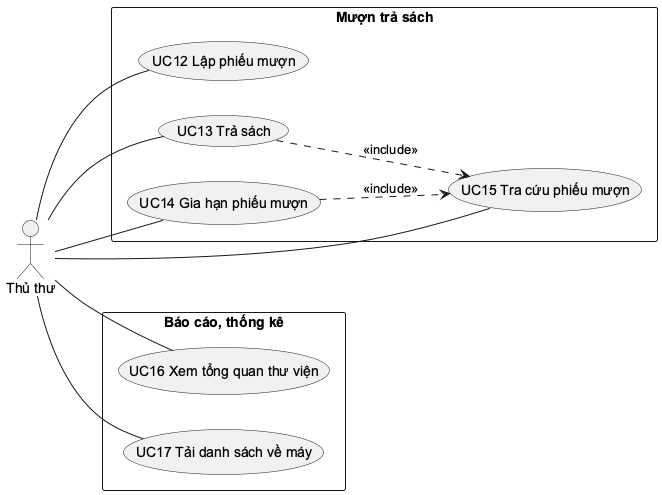
Before: docs/uml/01b_uc_muon_tra.png, a diagram exported from PlantUML (khoiln218/ThuVienMini). Source of this version:
```plantuml
@startuml
skinparam defaultFontName Arial
skinparam shadowing false
skinparam packageStyle rectangle
left to right direction
actor "Thủ thư" as T
rectangle "Mượn trả sách" {
  usecase "UC12 Lập phiếu mượn" as UC12
  usecase "UC13 Trả sách" as UC13
  usecase "UC14 Gia hạn phiếu mượn" as UC14
  usecase "UC15 Tra cứu phiếu mượn" as UC15
}
rectangle "Báo cáo, thống kê" {
  usecase "UC16 Xem tổng quan thư viện" as UC16
  usecase "UC17 Tải danh sách về máy" as UC17
}
T -- UC12
T -- UC13
T -- UC14
T -- UC15
T -- UC16
T -- UC17
UC13 ..> UC15 : <<include>>
UC14 ..> UC15 : <<include>>
@enduml
```
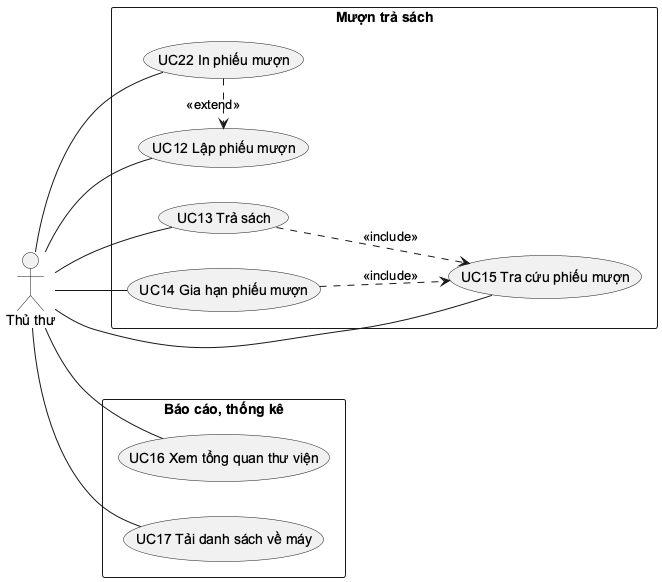
The same file after the commit.

The edit, as a diff of the source:
```diff
@@ -9,6 +9,7 @@
   usecase "UC13 Trả sách" as UC13
   usecase "UC14 Gia hạn phiếu mượn" as UC14
   usecase "UC15 Tra cứu phiếu mượn" as UC15
+  usecase "UC22 In phiếu mượn" as UC22
 }
 rectangle "Báo cáo, thống kê" {
   usecase "UC16 Xem tổng quan thư viện" as UC16
@@ -18,8 +19,10 @@
 T -- UC13
 T -- UC14
 T -- UC15
+T -- UC22
 T -- UC16
 T -- UC17
 UC13 ..> UC15 : <<include>>
 UC14 ..> UC15 : <<include>>
+UC22 .> UC12 : <<extend>>
 @enduml
```
